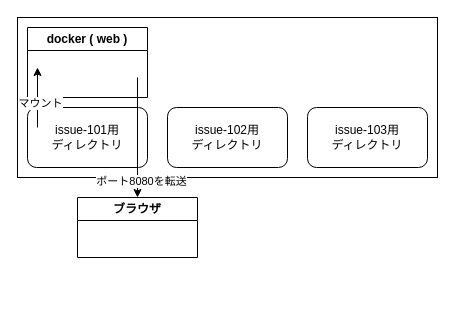
Before: 20250812みんなどうやって AI でマルチタスクしてるの？.drawio in irukasano/drawio, a draw.io diagram. Source tidied: cells renumbered, new cells numbered last; positions are measured from the earlier drawing's top-left corner, leaving out a move shared by most shapes. Both pictures are drawn from the tidied source at 100%, with x=0, y=0 at pixel (17, 17). Pictures stored in the file or linked from it are replaced by grey dashed boxes.
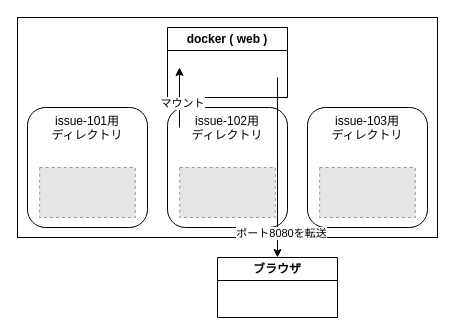
The same page after the edit.

Commit message:
20250812みんなどうやって AI でマルチタスクしてるの？.drawio を追加しました。

Change to the diagram source:
```diff
@@
 <mxGraphModel>
   <root>
     <mxCell id="0" />
     <mxCell id="1" parent="0" />
     <mxCell id="2" style="rounded=0;whiteSpace=wrap;html=1;" parent="1" vertex="1">
-      <mxGeometry width="420" height="160" as="geometry" />
+      <mxGeometry width="420" height="220" as="geometry" />
     </mxCell>
-    <mxCell id="3" value="&lt;font face=&quot;Helvetica&quot;&gt;issue-101用&lt;/font&gt;&lt;div&gt;&lt;font face=&quot;Helvetica&quot;&gt;ディレクトリ&lt;/font&gt;&lt;/div&gt;" style="rounded=1;whiteSpace=wrap;html=1;" parent="1" vertex="1">
-      <mxGeometry x="10" y="90" width="120" height="60" as="geometry" />
+    <mxCell id="3" value="&lt;font face=&quot;Helvetica&quot;&gt;issue-101用&lt;/font&gt;&lt;div&gt;&lt;font face=&quot;Helvetica&quot;&gt;ディレクトリ&lt;/font&gt;&lt;/div&gt;" style="rounded=1;whiteSpace=wrap;html=1;verticalAlign=top;" parent="1" vertex="1">
+      <mxGeometry x="10" y="90" width="120" height="120" as="geometry" />
     </mxCell>
-    <mxCell id="4" value="&lt;font face=&quot;Helvetica&quot;&gt;issue-102用&lt;/font&gt;&lt;div&gt;&lt;font face=&quot;Helvetica&quot;&gt;ディレクトリ&lt;/font&gt;&lt;/div&gt;" style="rounded=1;whiteSpace=wrap;html=1;" parent="1" vertex="1">
-      <mxGeometry x="150" y="90" width="120" height="60" as="geometry" />
+    <mxCell id="4" value="&lt;font face=&quot;Helvetica&quot;&gt;issue-102用&lt;/font&gt;&lt;div&gt;&lt;font face=&quot;Helvetica&quot;&gt;ディレクトリ&lt;/font&gt;&lt;/div&gt;" style="rounded=1;whiteSpace=wrap;html=1;verticalAlign=top;" parent="1" vertex="1">
+      <mxGeometry x="150" y="90" width="120" height="120" as="geometry" />
     </mxCell>
-    <mxCell id="5" value="&lt;font face=&quot;Helvetica&quot;&gt;issue-103用&lt;/font&gt;&lt;div&gt;&lt;font face=&quot;Helvetica&quot;&gt;ディレクトリ&lt;/font&gt;&lt;/div&gt;" style="rounded=1;whiteSpace=wrap;html=1;" parent="1" vertex="1">
-      <mxGeometry x="290" y="90" width="120" height="60" as="geometry" />
+    <mxCell id="5" value="&lt;font face=&quot;Helvetica&quot;&gt;issue-103用&lt;/font&gt;&lt;div&gt;&lt;font face=&quot;Helvetica&quot;&gt;ディレクトリ&lt;/font&gt;&lt;/div&gt;" style="rounded=1;whiteSpace=wrap;html=1;verticalAlign=top;" parent="1" vertex="1">
+      <mxGeometry x="290" y="90" width="120" height="120" as="geometry" />
     </mxCell>
     <mxCell id="6" value="docker ( web )" style="swimlane;whiteSpace=wrap;html=1;" parent="1" vertex="1">
-      <mxGeometry x="10" y="10" width="120" height="70" as="geometry" />
+      <mxGeometry x="150" y="10" width="120" height="70" as="geometry" />
     </mxCell>
     <mxCell id="7" style="endArrow=classic;html=1;rounded=0;" parent="1" edge="1">
       <mxGeometry relative="1" as="geometry">
-        <mxPoint x="20" y="110" as="sourcePoint" />
-        <mxPoint x="20" y="50" as="targetPoint" />
+        <mxPoint x="162" y="110" as="sourcePoint" />
+        <mxPoint x="162" y="50" as="targetPoint" />
       </mxGeometry>
     </mxCell>
     <mxCell id="8" value="マウント" style="edgeLabel;html=1;align=center;verticalAlign=middle;" parent="7" vertex="1">
       <mxGeometry x="-0.17" y="-2" relative="1" as="geometry" />
     </mxCell>
     <mxCell id="9" style="endArrow=classic;html=1;rounded=0;" parent="1" edge="1">
       <mxGeometry relative="1" as="geometry">
-        <mxPoint x="120" y="60" as="sourcePoint" />
-        <mxPoint x="120" y="180" as="targetPoint" />
+        <mxPoint x="260" y="60" as="sourcePoint" />
+        <mxPoint x="260" y="240" as="targetPoint" />
       </mxGeometry>
     </mxCell>
     <mxCell id="10" value="ポート8080を転送" style="edgeLabel;html=1;align=center;verticalAlign=middle;" parent="9" vertex="1">
       <mxGeometry x="0.72" y="3" relative="1" as="geometry" />
     </mxCell>
     <mxCell id="11" value="ブラウザ" style="swimlane;whiteSpace=wrap;html=1;" parent="1" vertex="1">
-      <mxGeometry x="60" y="180" width="120" height="60" as="geometry" />
+      <mxGeometry x="200" y="240" width="120" height="60" as="geometry" />
     </mxCell>
+    <mxCell id="12" style="fillColor=#E6E6E6;strokeColor=#999999;dashed=1;verticalLabelPosition=bottom;labelBackgroundColor=default;verticalAlign=top;" parent="1" vertex="1">
+      <mxGeometry x="22.2" y="150" width="95.6" height="50" as="geometry" />
+    </mxCell>
+    <mxCell id="13" style="fillColor=#E6E6E6;strokeColor=#999999;dashed=1;verticalLabelPosition=bottom;labelBackgroundColor=default;verticalAlign=top;" parent="1" vertex="1">
+      <mxGeometry x="162.2" y="150" width="95.6" height="50" as="geometry" />
+    </mxCell>
+    <mxCell id="14" style="fillColor=#E6E6E6;strokeColor=#999999;dashed=1;verticalLabelPosition=bottom;labelBackgroundColor=default;verticalAlign=top;" parent="1" vertex="1">
+      <mxGeometry x="302.2" y="150" width="95.6" height="50" as="geometry" />
+    </mxCell>
   </root>
 </mxGraphModel>
```
